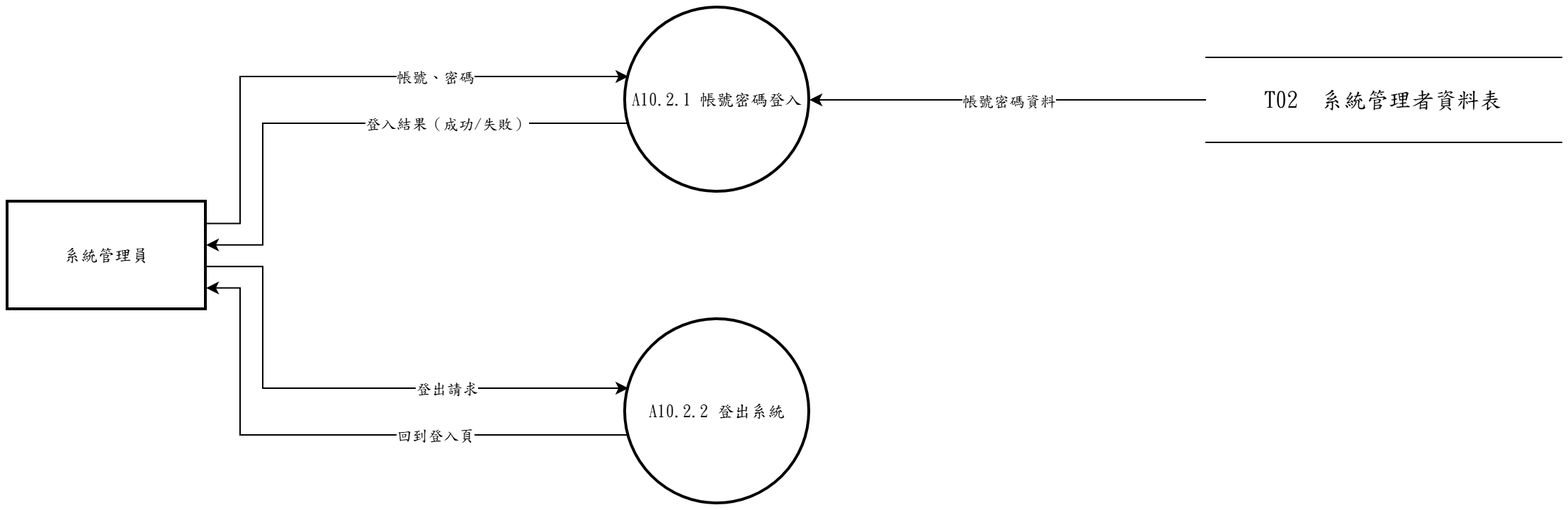
Earlier version of the draw.io export 系統文件/第6章/DFD圖/圖10/新/圖10.2.drawio.png (s22452007/115502). Source tidied: cells renumbered, new cells last; positions are measured from the earlier drawing's top-left corner, leaving out a move shared by most shapes.
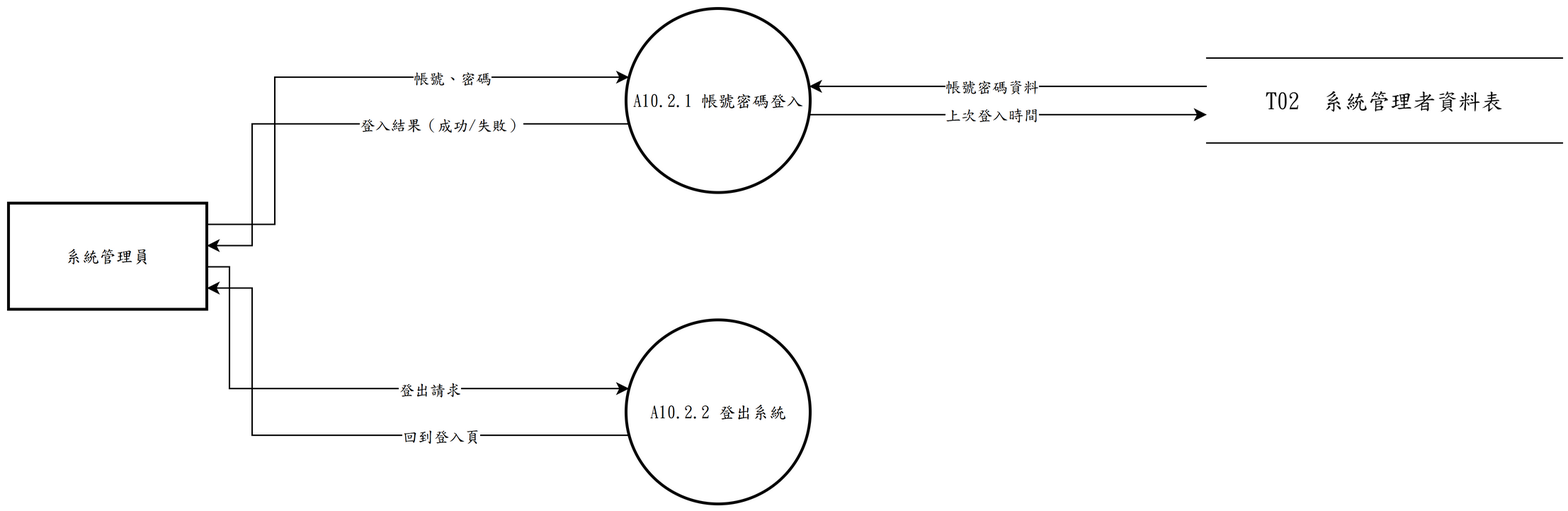
After the commit.

Change to the diagram source:
```diff
@@ -8,61 +8,67 @@
     <mxCell id="3" value="A10.2.2 登出系統" style="ellipse;strokeWidth=2;whiteSpace=wrap;html=1;fontFamily=標楷體;" parent="1" vertex="1">
       <mxGeometry x="436" y="220" width="130" height="130" as="geometry" />
     </mxCell>
+    <mxCell id="5" value="T02  系統管理者資料表" style="shape=partialRectangle;whiteSpace=wrap;html=1;left=0;right=0;fontFamily=標楷體;fontSize=16;" parent="1" vertex="1">
+      <mxGeometry x="846" y="35" width="251" height="60" as="geometry" />
+    </mxCell>
     <mxCell id="4" value="系統管理員" style="whiteSpace=wrap;strokeWidth=2;html=1;fontFamily=標楷體;" parent="1" vertex="1">
-      <mxGeometry y="137" width="140" height="76" as="geometry" />
+      <mxGeometry y="137.5" width="140" height="75" as="geometry" />
     </mxCell>
-    <mxCell id="5" value="T02  系統管理者資料表" style="shape=partialRectangle;whiteSpace=wrap;html=1;left=0;right=0;fontFamily=標楷體;fontSize=16;" parent="1" vertex="1">
-      <mxGeometry x="846" y="35" width="251" height="60" as="geometry" />
-    </mxCell>
     <mxCell id="6" style="edgeStyle=none;rounded=0;html=1;fontFamily=標楷體;endArrow=classic;exitX=1.0000;exitY=0.2000;exitDx=0;exitDy=0;exitPerimeter=0;entryX=0.0163;entryY=0.3733;entryDx=0;entryDy=0;entryPerimeter=0;" parent="1" edge="1" source="4" target="2">
       <mxGeometry relative="1" as="geometry">
         <Array as="points">
-          <mxPoint x="164" y="152.2" />
-          <mxPoint x="164" y="48.5" />
+          <mxPoint x="188" y="152.5" />
+          <mxPoint x="188" y="48.5" />
         </Array>
       </mxGeometry>
     </mxCell>
     <mxCell id="7" value="帳號、密碼" style="edgeLabel;html=1;align=center;verticalAlign=middle;fontFamily=標楷體;" parent="6" vertex="1">
-      <mxGeometry x="0.32" relative="1" as="geometry" />
+      <mxGeometry x="0.38" relative="1" as="geometry" />
     </mxCell>
-    <mxCell id="8" style="edgeStyle=none;rounded=0;html=1;fontFamily=標楷體;endArrow=classic;exitX=0.0000;exitY=0.5000;exitDx=0;exitDy=0;exitPerimeter=0;entryX=1.0000;entryY=0.5000;entryDx=0;entryDy=0;entryPerimeter=0;" parent="1" edge="1" source="5" target="2">
-      <mxGeometry relative="1" as="geometry" />
-    </mxCell>
-    <mxCell id="9" value="帳號密碼資料" style="edgeLabel;html=1;align=center;verticalAlign=middle;fontFamily=標楷體;" parent="8" vertex="1">
-      <mxGeometry relative="1" as="geometry" />
-    </mxCell>
     <mxCell id="10" style="edgeStyle=none;rounded=0;html=1;fontFamily=標楷體;endArrow=classic;exitX=0.0163;exitY=0.6267;exitDx=0;exitDy=0;exitPerimeter=0;entryX=1.0000;entryY=0.4000;entryDx=0;entryDy=0;entryPerimeter=0;" parent="1" edge="1" source="2" target="4">
       <mxGeometry relative="1" as="geometry">
         <Array as="points">
-          <mxPoint x="180" y="81.5" />
-          <mxPoint x="180" y="167.4" />
+          <mxPoint x="172" y="81.5" />
+          <mxPoint x="172" y="167.5" />
         </Array>
       </mxGeometry>
     </mxCell>
     <mxCell id="11" value="登入結果（成功/失敗）" style="edgeLabel;html=1;align=center;verticalAlign=middle;fontFamily=標楷體;" parent="10" vertex="1">
-      <mxGeometry x="-0.33" relative="1" as="geometry" />
+      <mxGeometry x="-0.31" relative="1" as="geometry" />
     </mxCell>
     <mxCell id="12" style="edgeStyle=none;rounded=0;html=1;fontFamily=標楷體;endArrow=classic;exitX=1.0000;exitY=0.6000;exitDx=0;exitDy=0;exitPerimeter=0;entryX=0.0163;entryY=0.3733;entryDx=0;entryDy=0;entryPerimeter=0;" parent="1" edge="1" source="4" target="3">
       <mxGeometry relative="1" as="geometry">
         <Array as="points">
-          <mxPoint x="180" y="182.6" />
-          <mxPoint x="180" y="268.5" />
+          <mxPoint x="156" y="182.5" />
+          <mxPoint x="156" y="268.5" />
         </Array>
       </mxGeometry>
     </mxCell>
     <mxCell id="13" value="登出請求" style="edgeLabel;html=1;align=center;verticalAlign=middle;fontFamily=標楷體;" parent="12" vertex="1">
-      <mxGeometry x="0.33" relative="1" as="geometry" />
+      <mxGeometry x="0.27" relative="1" as="geometry" />
     </mxCell>
     <mxCell id="14" style="edgeStyle=none;rounded=0;html=1;fontFamily=標楷體;endArrow=classic;exitX=0.0163;exitY=0.6267;exitDx=0;exitDy=0;exitPerimeter=0;entryX=1.0000;entryY=0.8000;entryDx=0;entryDy=0;entryPerimeter=0;" parent="1" edge="1" source="3" target="4">
       <mxGeometry relative="1" as="geometry">
         <Array as="points">
-          <mxPoint x="164" y="301.5" />
-          <mxPoint x="164" y="197.8" />
+          <mxPoint x="172" y="301.5" />
+          <mxPoint x="172" y="197.5" />
         </Array>
       </mxGeometry>
     </mxCell>
     <mxCell id="15" value="回到登入頁" style="edgeLabel;html=1;align=center;verticalAlign=middle;fontFamily=標楷體;" parent="14" vertex="1">
-      <mxGeometry x="-0.32" relative="1" as="geometry" />
+      <mxGeometry x="-0.34" relative="1" as="geometry" />
     </mxCell>
+    <mxCell id="8" style="edgeStyle=none;rounded=0;html=1;fontFamily=標楷體;endArrow=classic;exitX=0.0000;exitY=0.3333;exitDx=0;exitDy=0;exitPerimeter=0;entryX=0.9940;entryY=0.4231;entryDx=0;entryDy=0;entryPerimeter=0;" parent="1" edge="1" source="5" target="2">
+      <mxGeometry relative="1" as="geometry" />
+    </mxCell>
+    <mxCell id="9" value="帳號密碼資料" style="edgeLabel;html=1;align=center;verticalAlign=middle;fontFamily=標楷體;" parent="8" vertex="1">
+      <mxGeometry x="0.09" relative="1" as="geometry" />
+    </mxCell>
+    <mxCell id="16" style="edgeStyle=none;rounded=0;html=1;fontFamily=標楷體;endArrow=classic;exitX=0.9940;exitY=0.5769;exitDx=0;exitDy=0;exitPerimeter=0;entryX=0.0000;entryY=0.6667;entryDx=0;entryDy=0;entryPerimeter=0;" parent="1" edge="1" source="2" target="5">
+      <mxGeometry relative="1" as="geometry" />
+    </mxCell>
+    <mxCell id="17" value="上次登入時間" style="edgeLabel;html=1;align=center;verticalAlign=middle;fontFamily=標楷體;" parent="16" vertex="1">
+      <mxGeometry x="-0.09" relative="1" as="geometry" />
+    </mxCell>
   </root>
 </mxGraphModel>
```
